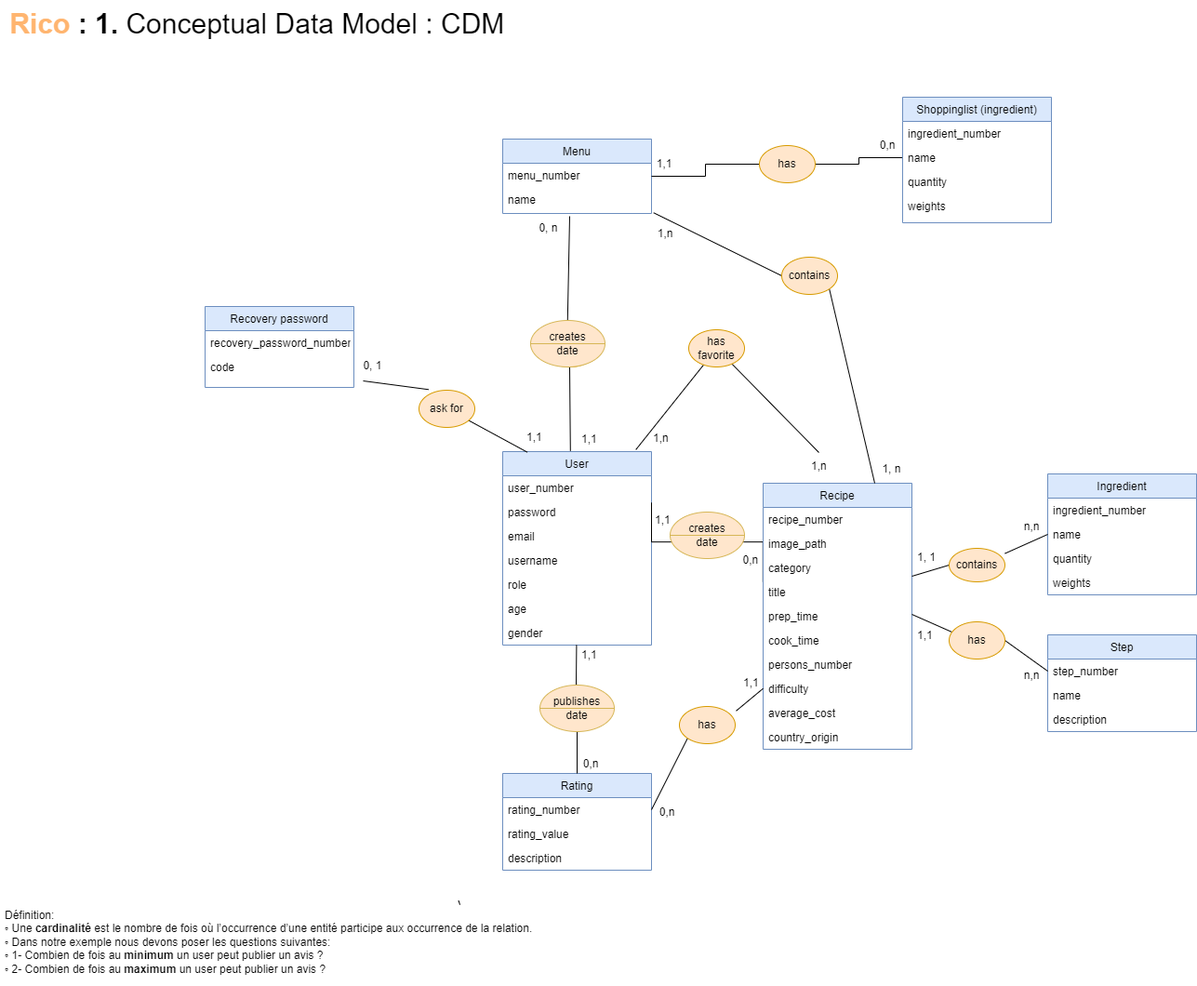
saracruzfdez/ricoCda keeps this draw.io diagram as conception/CDM.drawio.png. Above is the earlier version. Source tidied: cells renumbered, new cells last; positions are measured from the earlier drawing's top-left corner, leaving out a move shared by most shapes.
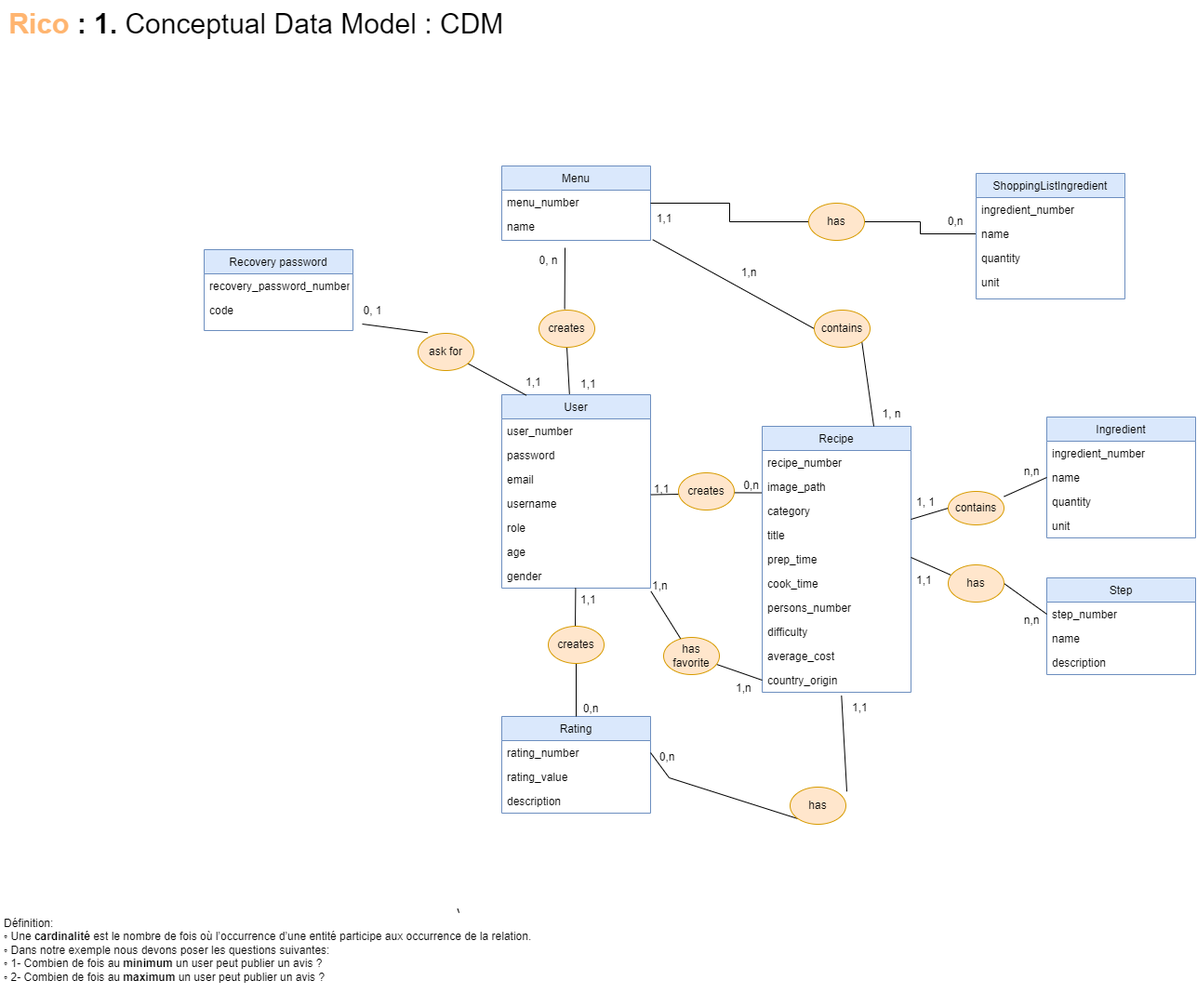
Above is the later version.

The edit, as a diff of the source:
```diff
@@ -13,18 +13,2 @@
     </mxCell>
-    <mxCell id="5" style="endArrow=none;shadow=0;strokeWidth=1;rounded=0;endFill=0;edgeStyle=elbowEdgeStyle;elbow=vertical;strokeColor=default;exitX=1.006;exitY=0.231;exitDx=0;exitDy=0;exitPerimeter=0;entryX=-0.001;entryY=0.062;entryDx=0;entryDy=0;entryPerimeter=0;" parent="2" edge="1" target="26">
-      <mxGeometry x="0.5" y="41" relative="1" as="geometry">
-        <mxPoint x="160" y="54.8" as="sourcePoint" />
-        <mxPoint x="-40" y="32" as="offset" />
-      </mxGeometry>
-    </mxCell>
-    <mxCell id="6" value="1,1" style="align=left;verticalAlign=bottom;labelBackgroundColor=none;fontSize=12;" parent="5" vertex="1">
-      <mxGeometry x="-1" relative="1" as="geometry">
-        <mxPoint x="2" y="27" as="offset" />
-      </mxGeometry>
-    </mxCell>
-    <mxCell id="7" value="0,n" style="align=right;verticalAlign=bottom;labelBackgroundColor=none;fontSize=12;" parent="5" vertex="1">
-      <mxGeometry x="1" relative="1" as="geometry">
-        <mxPoint x="-4" y="-15" as="offset" />
-      </mxGeometry>
-    </mxCell>
     <mxCell id="8" value="email" style="text;align=left;verticalAlign=top;spacingLeft=4;spacingRight=4;overflow=hidden;rounded=0;shadow=0;html=0;" parent="2" vertex="1">
@@ -48,3 +32,3 @@
     <mxCell id="14" value="Menu" style="swimlane;fontStyle=0;align=center;verticalAlign=top;horizontal=1;startSize=26;rounded=0;shadow=0;strokeWidth=1;fillColor=#dae8fc;strokeColor=#6c8ebf;" parent="1" vertex="1">
-      <mxGeometry x="540" y="149" width="160" height="80" as="geometry" />
+      <mxGeometry x="540" y="239" width="160" height="80" as="geometry" />
     </mxCell>
@@ -68,3 +52,3 @@
     </mxCell>
-    <mxCell id="21" value="weights" style="text;align=left;verticalAlign=top;spacingLeft=4;spacingRight=4;overflow=hidden;" parent="17" vertex="1">
+    <mxCell id="21" value="unit" style="text;align=left;verticalAlign=top;spacingLeft=4;spacingRight=4;overflow=hidden;" parent="17" vertex="1">
       <mxGeometry y="104" width="160" height="26" as="geometry" />
@@ -147,3 +131,3 @@
     <mxCell id="47" value="1,1" style="align=left;verticalAlign=bottom;labelBackgroundColor=none;fontSize=12;direction=north;" parent="1" vertex="1">
-      <mxGeometry x="802" y="719" as="geometry">
+      <mxGeometry x="920" y="805" as="geometry">
         <mxPoint x="-5" y="23" as="offset" />
@@ -155,11 +139,15 @@
     <mxCell id="49" style="endArrow=none;html=1;rounded=0;entryX=1;entryY=0.5;entryDx=0;entryDy=0;exitX=0;exitY=1;exitDx=0;exitDy=0;endFill=0;" parent="1" edge="1" source="93" target="38">
-      <mxGeometry relative="1" as="geometry" />
+      <mxGeometry relative="1" as="geometry">
+        <Array as="points">
+          <mxPoint x="720" y="897" />
+        </Array>
+      </mxGeometry>
     </mxCell>
     <mxCell id="50" value="1,n" style="align=left;verticalAlign=bottom;labelBackgroundColor=none;fontSize=12;" parent="1" vertex="1">
-      <mxGeometry x="700" y="479" as="geometry" />
+      <mxGeometry x="700" y="697" as="geometry" />
     </mxCell>
     <mxCell id="51" value="0, n" style="align=right;verticalAlign=bottom;labelBackgroundColor=none;fontSize=12;" parent="1" vertex="1">
-      <mxGeometry x="600" y="253" as="geometry" />
+      <mxGeometry x="600" y="347" as="geometry" />
     </mxCell>
-    <mxCell id="52" style="endArrow=none;html=1;rounded=0;entryX=0.895;entryY=-0.01;entryDx=0;entryDy=0;entryPerimeter=0;" parent="1" edge="1" source="69" target="2">
+    <mxCell id="52" style="endArrow=none;html=1;rounded=0;entryX=1.003;entryY=1.138;entryDx=0;entryDy=0;entryPerimeter=0;" parent="1" edge="1" source="69" target="12">
       <mxGeometry relative="1" as="geometry" />
@@ -176,4 +164,6 @@
     </mxCell>
-    <mxCell id="55" style="endArrow=none;html=1;rounded=0;exitX=0.46;exitY=-0.027;exitDx=0;exitDy=0;exitPerimeter=0;entryX=0.45;entryY=1.192;entryDx=0;entryDy=0;entryPerimeter=0;" parent="1" edge="1" source="71" target="16">
-      <mxGeometry relative="1" as="geometry" />
+    <mxCell id="55" style="endArrow=none;html=1;rounded=0;exitX=0.46;exitY=-0.027;exitDx=0;exitDy=0;exitPerimeter=0;" parent="1" edge="1" source="71">
+      <mxGeometry relative="1" as="geometry">
+        <mxPoint x="608" y="327" as="targetPoint" />
+      </mxGeometry>
     </mxCell>
@@ -193,3 +183,3 @@
     <mxCell id="59" value="1,n" style="align=right;verticalAlign=bottom;labelBackgroundColor=none;fontSize=12;" parent="1" vertex="1">
-      <mxGeometry x="890" y="253" as="geometry">
+      <mxGeometry x="980" y="354" as="geometry">
         <mxPoint x="-166" y="6" as="offset" />
@@ -203,3 +193,3 @@
     <mxCell id="61" style="align=right;verticalAlign=bottom;labelBackgroundColor=none;fontSize=12;" parent="1" vertex="1">
-      <mxGeometry x="744" y="149" as="geometry">
+      <mxGeometry x="744" y="219" as="geometry">
         <mxPoint x="-18" y="56" as="offset" />
@@ -208,3 +198,3 @@
     <mxCell id="62" value="0,n" style="align=right;verticalAlign=bottom;labelBackgroundColor=none;fontSize=12;" parent="1" vertex="1">
-      <mxGeometry x="727" y="556" as="geometry">
+      <mxGeometry x="800" y="697" as="geometry">
         <mxPoint x="236" y="-392" as="offset" />
@@ -212,3 +202,3 @@
     </mxCell>
-    <mxCell id="63" style="endArrow=none;html=1;rounded=0;entryX=0.5;entryY=0;entryDx=0;entryDy=0;exitX=0.5;exitY=1;exitDx=0;exitDy=0;endFill=0;" parent="1" edge="1" source="99" target="37">
+    <mxCell id="63" style="endArrow=none;html=1;rounded=0;entryX=0.5;entryY=0;entryDx=0;entryDy=0;exitX=0.5;exitY=1;exitDx=0;exitDy=0;endFill=0;" parent="1" edge="1" source="100" target="37">
       <mxGeometry relative="1" as="geometry" />
@@ -230,9 +220,7 @@
     </mxCell>
-    <mxCell id="68" style="endArrow=none;html=1;rounded=0;" parent="1" edge="1" target="69">
-      <mxGeometry relative="1" as="geometry">
-        <mxPoint x="880" y="486" as="sourcePoint" />
-      </mxGeometry>
+    <mxCell id="68" style="endArrow=none;html=1;rounded=0;exitX=0;exitY=0.5;exitDx=0;exitDy=0;" parent="1" edge="1" source="32" target="69">
+      <mxGeometry relative="1" as="geometry" />
     </mxCell>
     <mxCell id="69" value="&lt;span style=&quot;color: rgb(0, 0, 0); font-family: Helvetica; font-size: 12px; font-style: normal; font-variant-ligatures: normal; font-variant-caps: normal; font-weight: 400; letter-spacing: normal; orphans: 2; text-align: center; text-indent: 0px; text-transform: none; widows: 2; word-spacing: 0px; -webkit-text-stroke-width: 0px; text-decoration-thickness: initial; text-decoration-style: initial; text-decoration-color: initial; float: none; display: inline !important;&quot;&gt;has favorite&lt;/span&gt;" style="ellipse;whiteSpace=wrap;html=1;fillColor=#ffe6cc;strokeColor=#d79b00;" parent="1" vertex="1">
-      <mxGeometry x="740" y="354" width="60" height="40" as="geometry" />
+      <mxGeometry x="714" y="746" width="60" height="40" as="geometry" />
     </mxCell>
@@ -242,3 +230,3 @@
     <mxCell id="71" value="&lt;span style=&quot;color: rgb(0, 0, 0); font-family: Helvetica; font-size: 12px; font-style: normal; font-variant-ligatures: normal; font-variant-caps: normal; font-weight: 400; letter-spacing: normal; orphans: 2; text-align: center; text-indent: 0px; text-transform: none; widows: 2; word-spacing: 0px; -webkit-text-stroke-width: 0px; text-decoration-thickness: initial; text-decoration-style: initial; text-decoration-color: initial; float: none; display: inline !important;&quot;&gt;creates&lt;/span&gt;" style="ellipse;whiteSpace=wrap;html=1;fillColor=#ffe6cc;strokeColor=#d79b00;" parent="1" vertex="1">
-      <mxGeometry x="582" y="354" width="60" height="40" as="geometry" />
+      <mxGeometry x="580" y="394" width="60" height="40" as="geometry" />
     </mxCell>
@@ -251,3 +239,3 @@
     <mxCell id="74" value="1,n" style="align=left;verticalAlign=bottom;labelBackgroundColor=none;fontSize=12;" parent="1" vertex="1">
-      <mxGeometry x="870" y="509" as="geometry" />
+      <mxGeometry x="790" y="807" as="geometry" />
     </mxCell>
@@ -257,3 +245,3 @@
     <mxCell id="76" value="contains" style="ellipse;whiteSpace=wrap;html=1;fillColor=#ffe6cc;strokeColor=#d79b00;" parent="1" vertex="1">
-      <mxGeometry x="840" y="276" width="60" height="40" as="geometry" />
+      <mxGeometry x="876" y="394" width="60" height="40" as="geometry" />
     </mxCell>
@@ -266,3 +254,3 @@
     <mxCell id="79" value="1,1" style="align=right;verticalAlign=bottom;labelBackgroundColor=none;fontSize=12;" parent="1" vertex="1">
-      <mxGeometry x="240" y="89" as="geometry">
+      <mxGeometry x="240" y="207" as="geometry">
         <mxPoint x="483" y="95" as="offset" />
@@ -274,3 +262,3 @@
     <mxCell id="81" value="&lt;font style=&quot;font-size: 30px;&quot;&gt;&lt;font style=&quot;font-size: 30px;&quot;&gt;&lt;b style=&quot;&quot;&gt;&lt;font color=&quot;#ffb570&quot;&gt;Rico &lt;/font&gt;: 1.&amp;nbsp;&lt;/b&gt;Conceptual Data Model&amp;nbsp;&lt;/font&gt;: CDM&amp;nbsp;&lt;/font&gt;" style="text;html=1;align=center;verticalAlign=middle;strokeColor=none;fillColor=none;" parent="1" vertex="1">
-      <mxGeometry width="560" height="50" as="geometry" />
+      <mxGeometry y="61" width="560" height="50" as="geometry" />
     </mxCell>
@@ -278,14 +266,8 @@
       <mxGeometry relative="1" as="geometry">
-        <mxPoint x="494" y="972.2" as="sourcePoint" />
-        <mxPoint x="492.5" y="967.6" as="targetPoint" />
+        <mxPoint x="494" y="1042.2" as="sourcePoint" />
+        <mxPoint x="492.5" y="1037.6" as="targetPoint" />
       </mxGeometry>
     </mxCell>
-    <mxCell id="83" value="creates&lt;br&gt;date" style="shape=lineEllipse;perimeter=ellipsePerimeter;whiteSpace=wrap;html=1;backgroundOutline=1;fillColor=#FFE6CC;strokeColor=#d6b656;" parent="1" vertex="1">
-      <mxGeometry x="570" y="344" width="80" height="50" as="geometry" />
-    </mxCell>
-    <mxCell id="84" value="creates&lt;br&gt;date" style="shape=lineEllipse;perimeter=ellipsePerimeter;whiteSpace=wrap;html=1;backgroundOutline=1;fillColor=#FFE6CC;strokeColor=#d6b656;" parent="1" vertex="1">
-      <mxGeometry x="720" y="550" width="80" height="50" as="geometry" />
-    </mxCell>
-    <mxCell id="85" value="Shoppinglist (ingredient)" style="swimlane;fontStyle=0;align=center;verticalAlign=top;horizontal=1;startSize=26;rounded=0;shadow=0;strokeWidth=1;fillColor=#dae8fc;strokeColor=#6c8ebf;" parent="1" vertex="1">
-      <mxGeometry x="970" y="104" width="160" height="135" as="geometry" />
+    <mxCell id="85" value="ShoppingListIngredient" style="swimlane;fontStyle=0;align=center;verticalAlign=top;horizontal=1;startSize=26;rounded=0;shadow=0;strokeWidth=1;fillColor=#dae8fc;strokeColor=#6c8ebf;" parent="1" vertex="1">
+      <mxGeometry x="1050" y="247" width="160" height="135" as="geometry" />
     </mxCell>
@@ -300,3 +282,3 @@
     </mxCell>
-    <mxCell id="89" value="weights" style="text;align=left;verticalAlign=top;spacingLeft=4;spacingRight=4;overflow=hidden;" parent="85" vertex="1">
+    <mxCell id="89" value="unit" style="text;align=left;verticalAlign=top;spacingLeft=4;spacingRight=4;overflow=hidden;" parent="85" vertex="1">
       <mxGeometry y="104" width="160" height="26" as="geometry" />
@@ -307,11 +289,9 @@
     <mxCell id="91" value="&lt;span style=&quot;color: rgb(0, 0, 0); font-family: Helvetica; font-size: 12px; font-style: normal; font-variant-ligatures: normal; font-variant-caps: normal; font-weight: 400; letter-spacing: normal; orphans: 2; text-align: center; text-indent: 0px; text-transform: none; widows: 2; word-spacing: 0px; -webkit-text-stroke-width: 0px; text-decoration-thickness: initial; text-decoration-style: initial; text-decoration-color: initial; float: none; display: inline !important;&quot;&gt;has&lt;/span&gt;" style="ellipse;whiteSpace=wrap;html=1;fillColor=#ffe6cc;strokeColor=#d79b00;" parent="1" vertex="1">
-      <mxGeometry x="816" y="156" width="60" height="40" as="geometry" />
+      <mxGeometry x="870" y="279" width="60" height="40" as="geometry" />
     </mxCell>
-    <mxCell id="92" style="endArrow=none;html=1;rounded=0;entryX=1.017;entryY=0.119;entryDx=0;entryDy=0;entryPerimeter=0;exitX=-0.011;exitY=0.328;exitDx=0;exitDy=0;exitPerimeter=0;endFill=0;" parent="1" edge="1" target="93">
-      <mxGeometry relative="1" as="geometry">
-        <mxPoint x="820" y="739.7" as="sourcePoint" />
-      </mxGeometry>
+    <mxCell id="92" style="endArrow=none;html=1;rounded=0;entryX=1.017;entryY=0.119;entryDx=0;entryDy=0;entryPerimeter=0;exitX=0.533;exitY=1.138;exitDx=0;exitDy=0;exitPerimeter=0;endFill=0;" parent="1" edge="1" source="32" target="93">
+      <mxGeometry relative="1" as="geometry" />
     </mxCell>
     <mxCell id="93" value="&lt;span style=&quot;color: rgb(0, 0, 0); font-family: Helvetica; font-size: 12px; font-style: normal; font-variant-ligatures: normal; font-variant-caps: normal; font-weight: 400; letter-spacing: normal; orphans: 2; text-align: center; text-indent: 0px; text-transform: none; widows: 2; word-spacing: 0px; -webkit-text-stroke-width: 0px; text-decoration-thickness: initial; text-decoration-style: initial; text-decoration-color: initial; float: none; display: inline !important;&quot;&gt;has&lt;/span&gt;" style="ellipse;whiteSpace=wrap;html=1;fillColor=#ffe6cc;strokeColor=#d79b00;" parent="1" vertex="1">
-      <mxGeometry x="730" y="759" width="60" height="40" as="geometry" />
+      <mxGeometry x="850" y="907" width="60" height="40" as="geometry" />
     </mxCell>
@@ -334,7 +314,35 @@
     <mxCell id="98" value="Définition:&lt;br&gt;◦ Une &lt;b&gt;cardinalité &lt;/b&gt;est le nombre de fois où l’occurrence d’une entité participe aux occurrence de la relation.&lt;br&gt;◦ Dans notre exemple nous devons poser les questions suivantes:&lt;br&gt;◦ 1- Combien de fois au &lt;b&gt;minimum &lt;/b&gt;un user peut publier un avis ?&lt;br&gt;◦ 2- Combien de fois au &lt;b&gt;maximum &lt;/b&gt;un user peut publier un avis ?" style="text;whiteSpace=wrap;html=1;" parent="1" vertex="1">
-      <mxGeometry x="3" y="970" width="570" height="90" as="geometry" />
+      <mxGeometry x="3" y="1040" width="570" height="90" as="geometry" />
     </mxCell>
-    <mxCell id="99" value="publishes&lt;br style=&quot;border-color: var(--border-color);&quot;&gt;date" style="shape=lineEllipse;perimeter=ellipsePerimeter;whiteSpace=wrap;html=1;backgroundOutline=1;fillColor=#FFE6CC;strokeColor=#d6b656;" parent="1" vertex="1">
-      <mxGeometry x="580" y="736" width="80" height="50" as="geometry" />
-    </mxCell>
+    <mxCell id="100" value="&lt;span style=&quot;color: rgb(0, 0, 0); font-family: Helvetica; font-size: 12px; font-style: normal; font-variant-ligatures: normal; font-variant-caps: normal; font-weight: 400; letter-spacing: normal; orphans: 2; text-align: center; text-indent: 0px; text-transform: none; widows: 2; word-spacing: 0px; -webkit-text-stroke-width: 0px; text-decoration-thickness: initial; text-decoration-style: initial; text-decoration-color: initial; float: none; display: inline !important;&quot;&gt;creates&lt;/span&gt;" style="ellipse;whiteSpace=wrap;html=1;fillColor=#ffe6cc;strokeColor=#d79b00;" parent="1" vertex="1">
+      <mxGeometry x="590" y="734" width="60" height="40" as="geometry" />
+    </mxCell>
+    <mxCell id="5" style="endArrow=none;shadow=0;strokeWidth=1;rounded=0;endFill=0;edgeStyle=elbowEdgeStyle;elbow=vertical;strokeColor=default;entryX=-0.003;entryY=0.663;entryDx=0;entryDy=0;entryPerimeter=0;exitX=0.97;exitY=0.535;exitDx=0;exitDy=0;exitPerimeter=0;" parent="1" edge="1" source="102" target="24">
+      <mxGeometry x="0.5" y="41" relative="1" as="geometry">
+        <mxPoint x="-40" y="32" as="offset" />
+      </mxGeometry>
+    </mxCell>
+    <mxCell id="7" value="0,n" style="align=right;verticalAlign=bottom;labelBackgroundColor=none;fontSize=12;" parent="5" vertex="1">
+      <mxGeometry x="1" relative="1" as="geometry">
+        <mxPoint x="-3" as="offset" />
+      </mxGeometry>
+    </mxCell>
+    <mxCell id="101" style="endArrow=none;shadow=0;strokeWidth=1;rounded=0;endFill=0;edgeStyle=elbowEdgeStyle;elbow=vertical;strokeColor=default;entryX=0.019;entryY=0.37;entryDx=0;entryDy=0;entryPerimeter=0;exitX=1.002;exitY=0.751;exitDx=0;exitDy=0;exitPerimeter=0;" parent="1" edge="1">
+      <mxGeometry x="0.5" y="41" relative="1" as="geometry">
+        <mxPoint x="700.3" y="592.5" as="sourcePoint" />
+        <mxPoint x="731.1" y="593.8" as="targetPoint" />
+        <Array as="points">
+          <mxPoint x="770" y="592" />
+        </Array>
+        <mxPoint x="-40" y="32" as="offset" />
+      </mxGeometry>
+    </mxCell>
+    <mxCell id="6" value="1,1" style="align=left;verticalAlign=bottom;labelBackgroundColor=none;fontSize=12;" parent="101" vertex="1">
+      <mxGeometry x="-1" relative="1" as="geometry">
+        <mxPoint x="2" y="1" as="offset" />
+      </mxGeometry>
+    </mxCell>
+    <mxCell id="102" value="&lt;span style=&quot;color: rgb(0, 0, 0); font-family: Helvetica; font-size: 12px; font-style: normal; font-variant-ligatures: normal; font-variant-caps: normal; font-weight: 400; letter-spacing: normal; orphans: 2; text-align: center; text-indent: 0px; text-transform: none; widows: 2; word-spacing: 0px; -webkit-text-stroke-width: 0px; text-decoration-thickness: initial; text-decoration-style: initial; text-decoration-color: initial; float: none; display: inline !important;&quot;&gt;creates&lt;/span&gt;" style="ellipse;whiteSpace=wrap;html=1;fillColor=#ffe6cc;strokeColor=#d79b00;" parent="1" vertex="1">
+      <mxGeometry x="730" y="569" width="60" height="40" as="geometry" />
+    </mxCell>
   </root>
```
